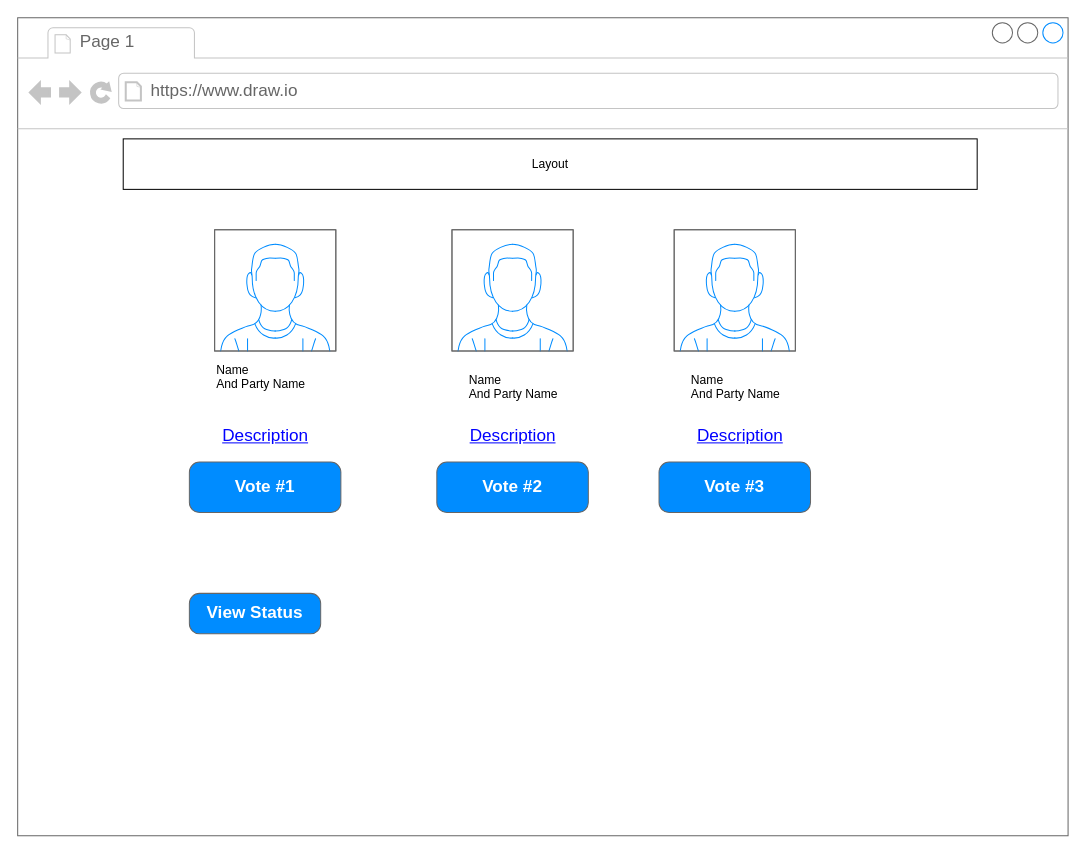
This is page "Make a Voting" (3 of 6) of Voting_Plan.drawio from AliErcanOzgokce/VotEfe, a draw.io file, before an edit. Source tidied: cells renumbered, new cells numbered last; positions are measured from the earlier drawing's top-left corner, leaving out a move shared by most shapes. Both pictures are drawn from the tidied source at 101%, with x=0, y=0 at pixel (17, 17).
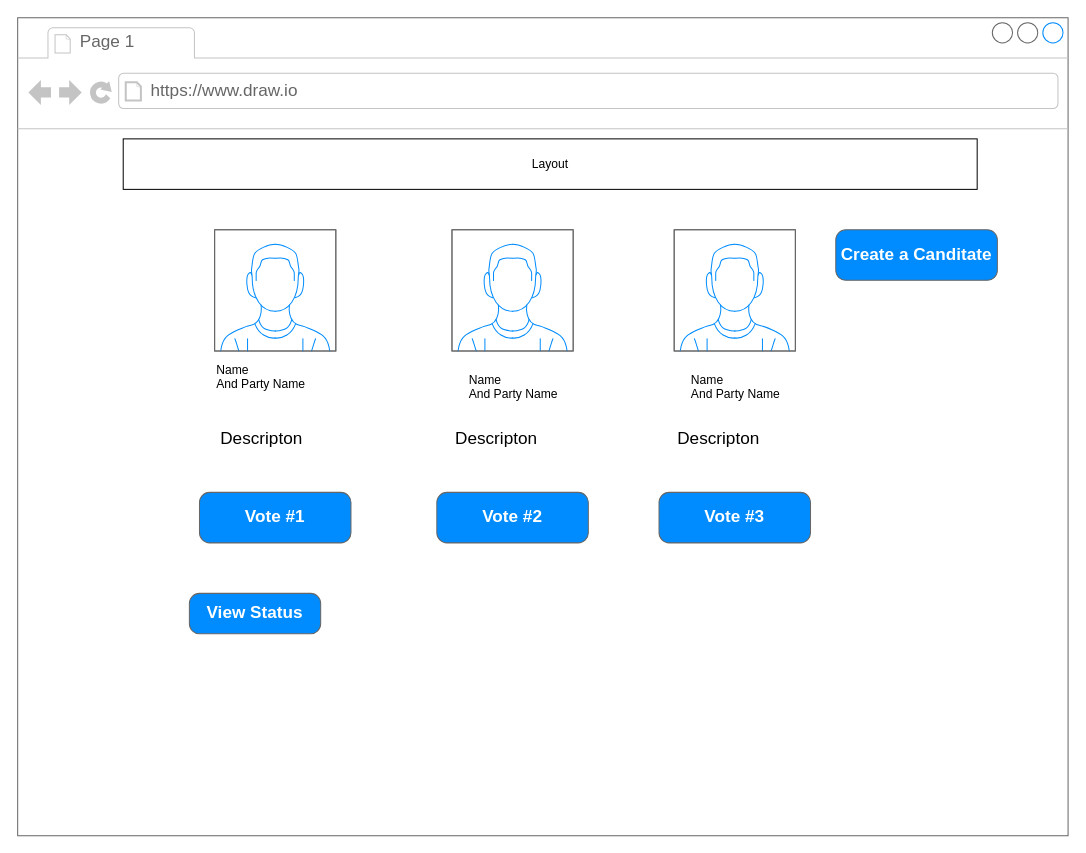
The same diagram, later.

The edit, as a diff of the source:
```diff
@@
 <mxGraphModel>
   <root>
     <mxCell id="0" />
     <mxCell id="1" parent="0" />
     <mxCell id="2" style="strokeWidth=1;shadow=0;dashed=0;align=center;html=1;shape=mxgraph.mockup.containers.browserWindow;rSize=0;strokeColor=#666666;strokeColor2=#008cff;strokeColor3=#c4c4c4;mainText=,;" parent="1" vertex="1">
       <mxGeometry width="1040" height="810" as="geometry" />
     </mxCell>
     <mxCell id="3" value="Page 1" style="strokeWidth=1;shadow=0;dashed=0;align=center;html=1;shape=mxgraph.mockup.containers.anchor;fontSize=17;fontColor=#666666;align=left;" parent="2" vertex="1">
       <mxGeometry x="60" y="12" width="110" height="26" as="geometry" />
     </mxCell>
     <mxCell id="4" value="https://www.draw.io" style="strokeWidth=1;shadow=0;dashed=0;align=center;html=1;shape=mxgraph.mockup.containers.anchor;rSize=0;fontSize=17;fontColor=#666666;align=left;" parent="2" vertex="1">
       <mxGeometry x="130" y="60" width="250" height="26" as="geometry" />
     </mxCell>
     <mxCell id="5" style="verticalLabelPosition=bottom;shadow=0;dashed=0;align=center;html=1;verticalAlign=top;strokeWidth=1;shape=mxgraph.mockup.containers.userMale;strokeColor=#666666;strokeColor2=#008cff;" parent="2" vertex="1">
       <mxGeometry x="195" y="210" width="120" height="120" as="geometry" />
     </mxCell>
     <mxCell id="6" style="verticalLabelPosition=bottom;shadow=0;dashed=0;align=center;html=1;verticalAlign=top;strokeWidth=1;shape=mxgraph.mockup.containers.userMale;strokeColor=#666666;strokeColor2=#008cff;" parent="2" vertex="1">
       <mxGeometry x="430" y="210" width="120" height="120" as="geometry" />
     </mxCell>
     <mxCell id="7" style="verticalLabelPosition=bottom;shadow=0;dashed=0;align=center;html=1;verticalAlign=top;strokeWidth=1;shape=mxgraph.mockup.containers.userMale;strokeColor=#666666;strokeColor2=#008cff;" parent="2" vertex="1">
       <mxGeometry x="650" y="210" width="120" height="120" as="geometry" />
     </mxCell>
     <mxCell id="8" value="Vote #1" style="strokeWidth=1;shadow=0;dashed=0;align=center;html=1;shape=mxgraph.mockup.buttons.button;strokeColor=#666666;fontColor=#ffffff;mainText=;buttonStyle=round;fontSize=17;fontStyle=1;fillColor=#008cff;whiteSpace=wrap;" parent="2" vertex="1">
-      <mxGeometry x="170" y="440" width="150" height="50" as="geometry" />
+      <mxGeometry x="180" y="470" width="150" height="50" as="geometry" />
     </mxCell>
     <mxCell id="9" value="Vote #2" style="strokeWidth=1;shadow=0;dashed=0;align=center;html=1;shape=mxgraph.mockup.buttons.button;strokeColor=#666666;fontColor=#ffffff;mainText=;buttonStyle=round;fontSize=17;fontStyle=1;fillColor=#008cff;whiteSpace=wrap;" parent="2" vertex="1">
-      <mxGeometry x="415" y="440" width="150" height="50" as="geometry" />
+      <mxGeometry x="415" y="470" width="150" height="50" as="geometry" />
     </mxCell>
     <mxCell id="10" value="Vote #3" style="strokeWidth=1;shadow=0;dashed=0;align=center;html=1;shape=mxgraph.mockup.buttons.button;strokeColor=#666666;fontColor=#ffffff;mainText=;buttonStyle=round;fontSize=17;fontStyle=1;fillColor=#008cff;whiteSpace=wrap;" parent="2" vertex="1">
-      <mxGeometry x="635" y="440" width="150" height="50" as="geometry" />
+      <mxGeometry x="635" y="470" width="150" height="50" as="geometry" />
     </mxCell>
     <mxCell id="11" value="Name&amp;nbsp;&lt;br&gt;And Party Name" style="text;spacingTop=-5;whiteSpace=wrap;html=1;align=left;fontSize=12;fontFamily=Helvetica;fillColor=none;strokeColor=none;" parent="2" vertex="1">
       <mxGeometry x="444.5" y="350" width="91" height="30" as="geometry" />
     </mxCell>
     <mxCell id="12" value="Name&amp;nbsp;&lt;br&gt;And Party Name" style="text;spacingTop=-5;whiteSpace=wrap;html=1;align=left;fontSize=12;fontFamily=Helvetica;fillColor=none;strokeColor=none;" parent="2" vertex="1">
       <mxGeometry x="664.5" y="350" width="91" height="30" as="geometry" />
     </mxCell>
-    <mxCell id="13" value="Description" style="shape=rectangle;strokeColor=none;fillColor=none;linkText=;fontSize=17;fontColor=#0000ff;fontStyle=4;html=1;align=center;" parent="2" vertex="1">
-      <mxGeometry x="170" y="400" width="150" height="30" as="geometry" />
-    </mxCell>
-    <mxCell id="14" value="Description" style="shape=rectangle;strokeColor=none;fillColor=none;linkText=;fontSize=17;fontColor=#0000ff;fontStyle=4;html=1;align=center;" parent="2" vertex="1">
-      <mxGeometry x="415" y="400" width="150" height="30" as="geometry" />
-    </mxCell>
-    <mxCell id="15" value="Description" style="shape=rectangle;strokeColor=none;fillColor=none;linkText=;fontSize=17;fontColor=#0000ff;fontStyle=4;html=1;align=center;" parent="2" vertex="1">
-      <mxGeometry x="640" y="400" width="150" height="30" as="geometry" />
-    </mxCell>
     <mxCell id="16" value="Name&amp;nbsp;&lt;br&gt;And Party Name" style="text;spacingTop=-5;whiteSpace=wrap;html=1;align=left;fontSize=12;fontFamily=Helvetica;fillColor=none;strokeColor=none;" parent="2" vertex="1">
       <mxGeometry x="195" y="340" width="151.7" height="50" as="geometry" />
     </mxCell>
     <mxCell id="17" value="Layout" style="html=1;" parent="2" vertex="1">
       <mxGeometry x="104.5" y="120" width="845.5" height="50" as="geometry" />
     </mxCell>
     <mxCell id="18" value="View Status" style="strokeWidth=1;shadow=0;dashed=0;align=center;html=1;shape=mxgraph.mockup.buttons.button;strokeColor=#666666;fontColor=#ffffff;mainText=;buttonStyle=round;fontSize=17;fontStyle=1;fillColor=#008cff;whiteSpace=wrap;" parent="2" vertex="1">
       <mxGeometry x="170" y="570" width="130" height="40" as="geometry" />
     </mxCell>
+    <mxCell id="19" value="Descripton" style="text;strokeColor=none;fillColor=none;spacingLeft=4;spacingRight=4;overflow=hidden;fontSize=17;" parent="2" vertex="1">
+      <mxGeometry x="195" y="400" width="125" height="50" as="geometry" />
+    </mxCell>
+    <mxCell id="20" value="Descripton" style="text;strokeColor=none;fillColor=none;spacingLeft=4;spacingRight=4;overflow=hidden;fontSize=17;" parent="2" vertex="1">
+      <mxGeometry x="427.5" y="400" width="125" height="50" as="geometry" />
+    </mxCell>
+    <mxCell id="21" value="Descripton" style="text;strokeColor=none;fillColor=none;spacingLeft=4;spacingRight=4;overflow=hidden;fontSize=17;" parent="2" vertex="1">
+      <mxGeometry x="647.5" y="400" width="125" height="50" as="geometry" />
+    </mxCell>
+    <mxCell id="22" value="Create a Canditate" style="strokeWidth=1;shadow=0;dashed=0;align=center;html=1;shape=mxgraph.mockup.buttons.button;strokeColor=#666666;fontColor=#ffffff;mainText=;buttonStyle=round;fontSize=17;fontStyle=1;fillColor=#008cff;whiteSpace=wrap;" parent="2" vertex="1">
+      <mxGeometry x="810" y="210" width="160" height="50" as="geometry" />
+    </mxCell>
   </root>
 </mxGraphModel>
```
